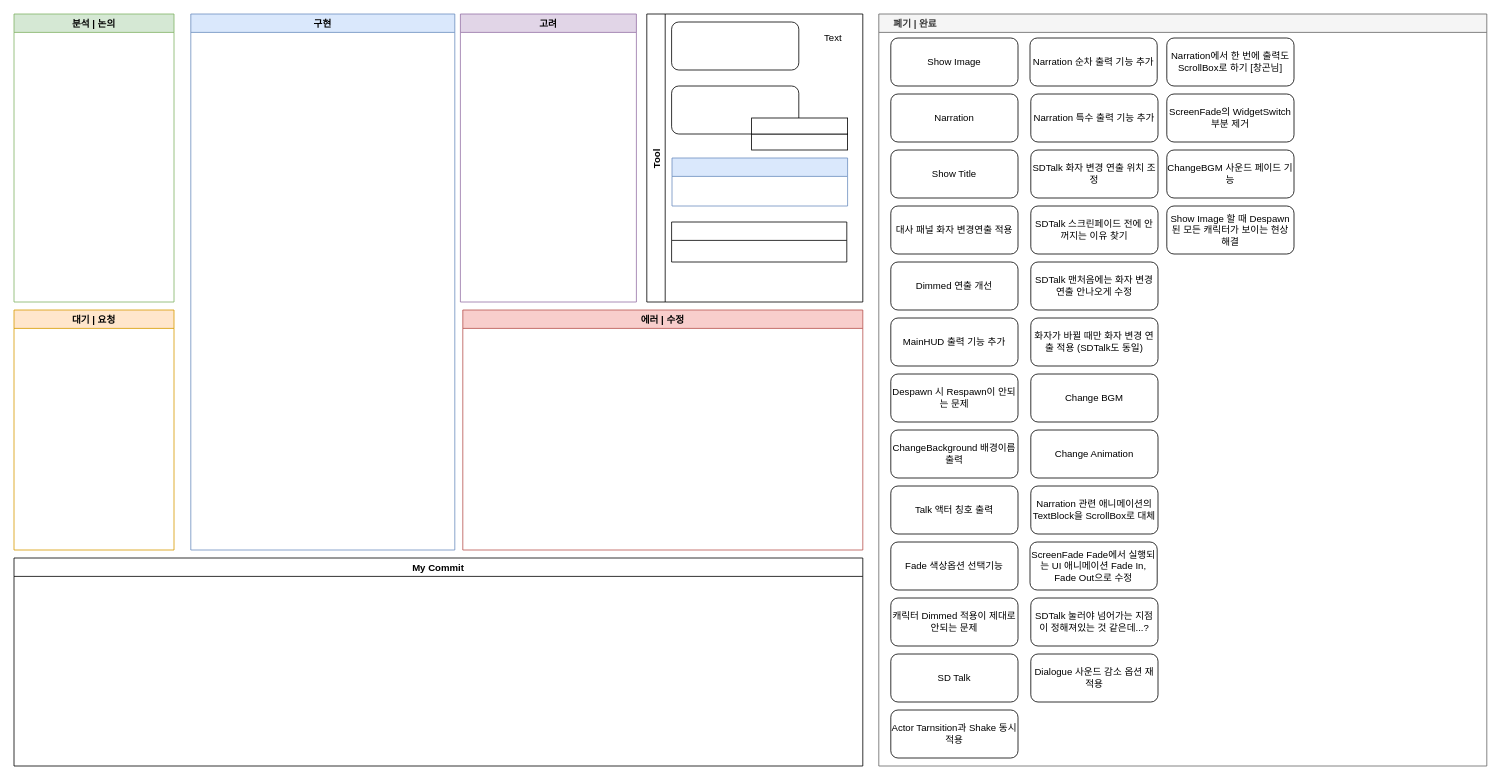
This is 신규 다이얼로그 액션 진행상황.drawio from Endorr/Job-Board, a draw.io file, before an edit. Source tidied: cells renumbered, new cells numbered last; positions are measured from the earlier drawing's top-left corner, leaving out a move shared by most shapes. Both pictures are drawn from the tidied source at 80%, with x=0, y=0 at pixel (14, 14).
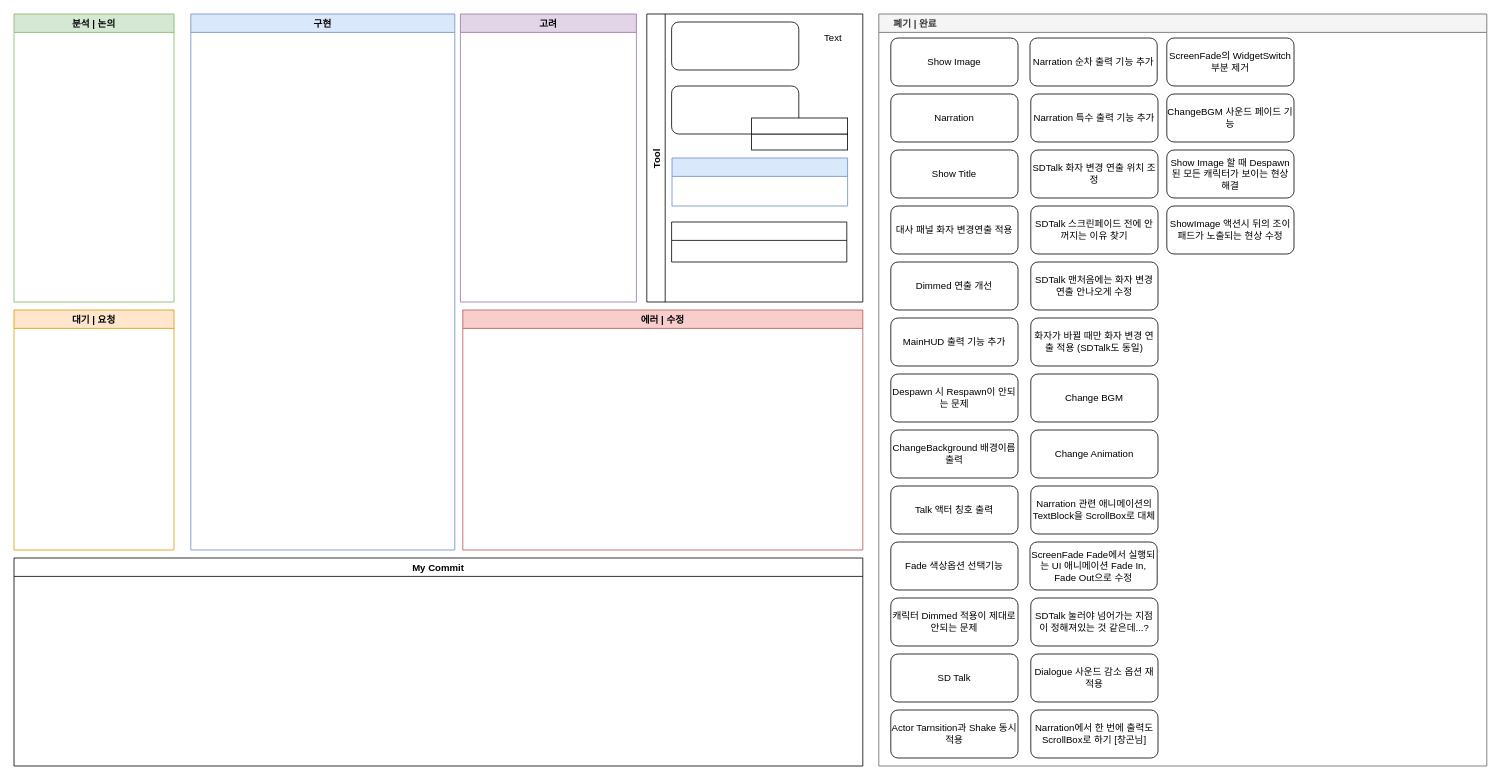
The same diagram, later.

Commit message:
Update 신규 다이얼로그 액션 진행상황.drawio

The change refers to these unchanged cells:
```xml
<mxCell id="7" value="     폐기 | 완료" style="swimlane;strokeColor=#666666;fillColor=#f5f5f5;fontColor=#333333;align=left;" parent="1" vertex="1">
  <mxGeometry x="1081" width="760" height="940" as="geometry" />
</mxCell>
```

Diff of the diagram source:
```diff
@@
     <mxCell id="33" value="Narration에서 한 번에 출력도 ScrollBox로 하기 [창곤님]" style="rounded=1;whiteSpace=wrap;html=1;" parent="7" vertex="1">
-      <mxGeometry x="360" y="30" width="159" height="60" as="geometry" />
+      <mxGeometry x="190" y="870" width="159" height="60" as="geometry" />
     </mxCell>
     <mxCell id="34" value="ScreenFade의 WidgetSwitch 부분 제거" style="rounded=1;whiteSpace=wrap;html=1;" parent="7" vertex="1">
-      <mxGeometry x="360" y="100" width="159" height="60" as="geometry" />
+      <mxGeometry x="360" y="30" width="159" height="60" as="geometry" />
     </mxCell>
     <mxCell id="35" value="ChangeBGM 사운드 페이드 기능" style="rounded=1;whiteSpace=wrap;html=1;" parent="7" vertex="1">
-      <mxGeometry x="360" y="170" width="159" height="60" as="geometry" />
+      <mxGeometry x="360" y="100" width="159" height="60" as="geometry" />
     </mxCell>
     <mxCell id="36" value="Show Image 할 때 Despawn된 모든 캐릭터가 보이는 현상 해결" style="rounded=1;whiteSpace=wrap;html=1;fillColor=default;strokeColor=default;fontColor=default;" parent="7" vertex="1">
-      <mxGeometry x="360" y="240" width="159" height="60" as="geometry" />
+      <mxGeometry x="360" y="170" width="159" height="60" as="geometry" />
     </mxCell>
+    <mxCell id="47" value="ShowImage 액션시 뒤의 조이패드가 노출되는 현상 수정" style="rounded=1;whiteSpace=wrap;html=1;fillColor=default;strokeColor=default;fontColor=default;" parent="7" vertex="1">
+      <mxGeometry x="360" y="240" width="159" height="60" as="geometry" />
+    </mxCell>
```
